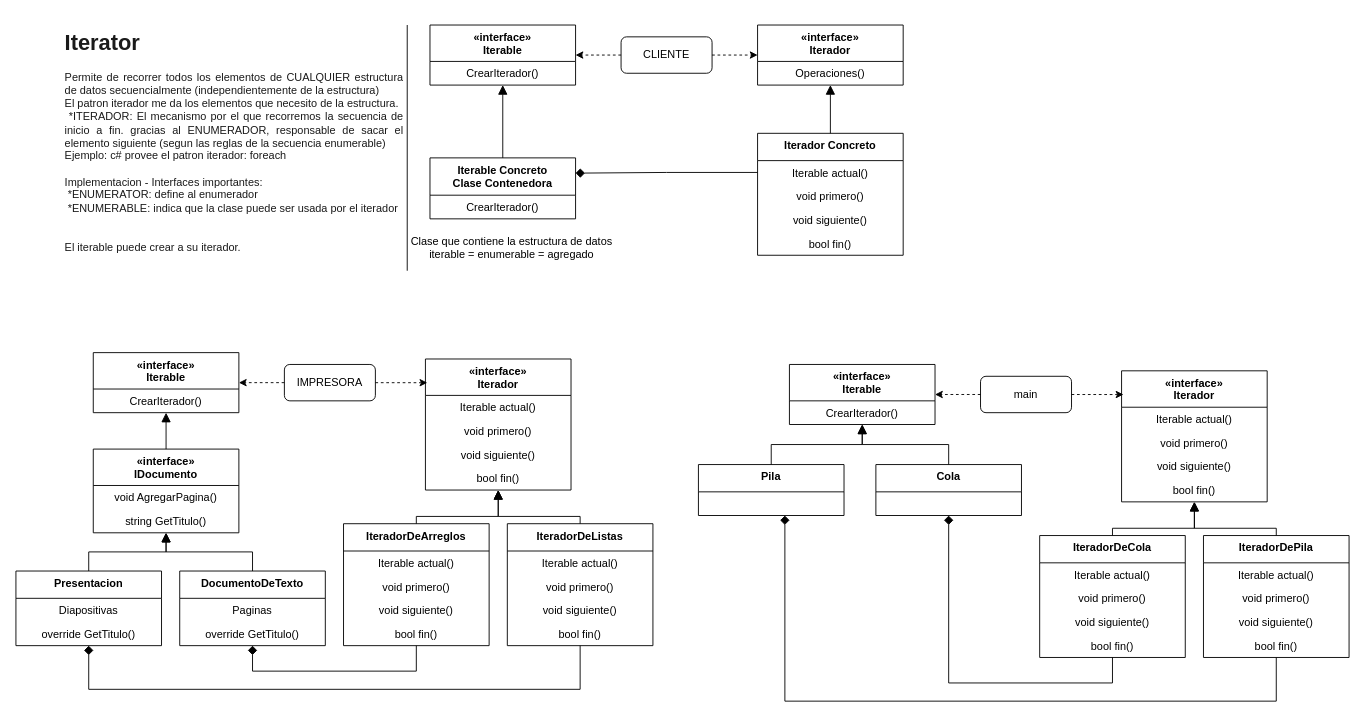
veroyols/I3007_patrones_de_disenio keeps this draw.io diagram as page "2 ITERATOR" (2 of 5) of Patrones de Disenio.drawio. Above is the earlier version. Source tidied: cells renumbered, new cells numbered last; positions are measured from the earlier drawing's top-left corner, leaving out a move shared by most shapes. Both pictures are drawn from the tidied source at 91%, with x=0, y=0 at pixel (15, 25).
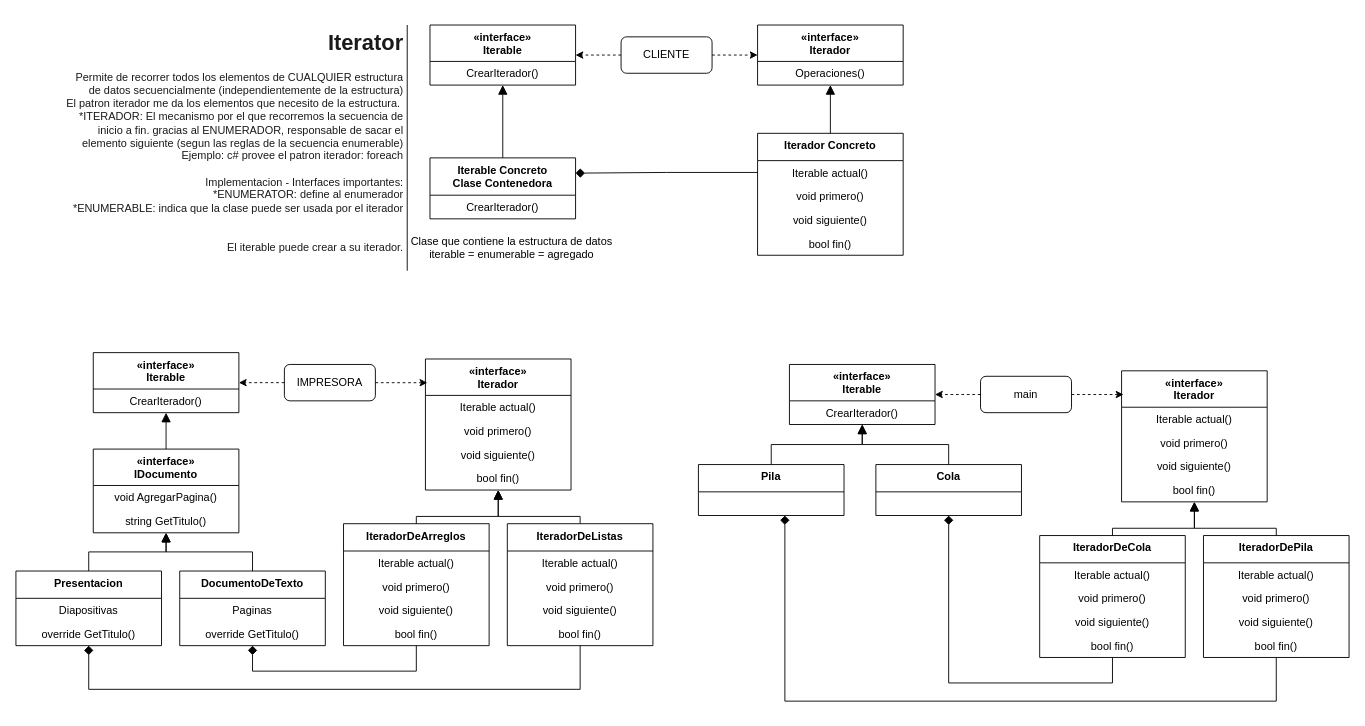
The same page after the edit.

The edit, as a diff of the source:
```diff
@@
-    <mxCell id="6" value="&lt;h1 style=&quot;text-align: justify&quot;&gt;&lt;font color=&quot;#1a1a1a&quot;&gt;Iterator&lt;/font&gt;&lt;/h1&gt;&lt;p&gt;&lt;/p&gt;&lt;div style=&quot;text-align: justify&quot;&gt;&lt;span style=&quot;color: rgb(26 , 26 , 26)&quot;&gt;Permite de recorrer todos los elementos de CUALQUIER estructura de datos secuencialmente (independientemente de la estructura)&lt;/span&gt;&lt;/div&gt;&lt;font color=&quot;#1a1a1a&quot;&gt;&lt;div style=&quot;text-align: justify&quot;&gt;&lt;span&gt;El patron iterador me da los elementos que necesito de la estructura.&amp;nbsp;&lt;/span&gt;&lt;/div&gt;&lt;div style=&quot;text-align: justify&quot;&gt;&lt;span&gt;&amp;nbsp;*ITERADOR: El mecanismo por el que recorremos la secuencia de inicio a fin. gracias al&amp;nbsp;&lt;/span&gt;&lt;span&gt;ENUMERADOR, responsable de sacar el elemento siguiente (segun las reglas de la secuencia enumerable)&lt;/span&gt;&lt;/div&gt;&lt;div style=&quot;text-align: justify&quot;&gt;&lt;span&gt;Ejemplo: c# provee el patron iterador: foreach&lt;/span&gt;&lt;/div&gt;&lt;div style=&quot;text-align: justify&quot;&gt;&lt;span&gt;&lt;br&gt;&lt;/span&gt;&lt;/div&gt;&lt;div style=&quot;text-align: justify&quot;&gt;&lt;span&gt;Implementacion - Interfaces importantes:&lt;/span&gt;&lt;/div&gt;&lt;div style=&quot;text-align: justify&quot;&gt;&lt;span&gt;&amp;nbsp;*ENUMERATOR: define al enumerador&lt;/span&gt;&lt;/div&gt;&lt;div style=&quot;text-align: justify&quot;&gt;&lt;span&gt;&amp;nbsp;*ENUMERABLE: indica que la clase puede ser usada por el iterador&lt;/span&gt;&lt;/div&gt;&lt;div style=&quot;text-align: justify&quot;&gt;&lt;span&gt;&lt;br&gt;&lt;/span&gt;&lt;/div&gt;&lt;div style=&quot;text-align: justify&quot;&gt;&lt;span&gt;&lt;br&gt;&lt;/span&gt;&lt;/div&gt;&lt;div style=&quot;text-align: justify&quot;&gt;&lt;span&gt;El iterable puede crear a su iterador.&lt;/span&gt;&lt;/div&gt;&lt;/font&gt;&lt;p&gt;&lt;/p&gt;" style="text;html=1;strokeColor=none;fillColor=none;spacing=5;spacingTop=-20;whiteSpace=wrap;overflow=hidden;rounded=0;align=center;" parent="1" vertex="1">
+    <mxCell id="6" value="&lt;h1 style=&quot;text-align: right&quot;&gt;&lt;font color=&quot;#1a1a1a&quot;&gt;Iterator&lt;/font&gt;&lt;/h1&gt;&lt;p&gt;&lt;/p&gt;&lt;div style=&quot;text-align: right&quot;&gt;&lt;span style=&quot;color: rgb(26 , 26 , 26)&quot;&gt;Permite de recorrer todos los elementos de CUALQUIER estructura de datos secuencialmente (independientemente de la estructura)&lt;/span&gt;&lt;/div&gt;&lt;font color=&quot;#1a1a1a&quot;&gt;&lt;div style=&quot;text-align: right&quot;&gt;&lt;span&gt;El patron iterador me da los elementos que necesito de la estructura.&amp;nbsp;&lt;/span&gt;&lt;/div&gt;&lt;div style=&quot;text-align: right&quot;&gt;&lt;span&gt;&amp;nbsp;*ITERADOR: El mecanismo por el que recorremos la secuencia de inicio a fin. gracias al&amp;nbsp;&lt;/span&gt;&lt;span&gt;ENUMERADOR, responsable de sacar el elemento siguiente (segun las reglas de la secuencia enumerable)&lt;/span&gt;&lt;/div&gt;&lt;div style=&quot;text-align: right&quot;&gt;&lt;span&gt;Ejemplo: c# provee el patron iterador: foreach&lt;/span&gt;&lt;/div&gt;&lt;div style=&quot;text-align: right&quot;&gt;&lt;span&gt;&lt;br&gt;&lt;/span&gt;&lt;/div&gt;&lt;div style=&quot;text-align: right&quot;&gt;&lt;span&gt;Implementacion - Interfaces importantes:&lt;/span&gt;&lt;/div&gt;&lt;div style=&quot;text-align: right&quot;&gt;&lt;span&gt;&amp;nbsp;*ENUMERATOR: define al enumerador&lt;/span&gt;&lt;/div&gt;&lt;div style=&quot;text-align: right&quot;&gt;&lt;span&gt;&amp;nbsp;*ENUMERABLE: indica que la clase puede ser usada por el iterador&lt;/span&gt;&lt;/div&gt;&lt;div style=&quot;text-align: right&quot;&gt;&lt;span&gt;&lt;br&gt;&lt;/span&gt;&lt;/div&gt;&lt;div style=&quot;text-align: right&quot;&gt;&lt;span&gt;&lt;br&gt;&lt;/span&gt;&lt;/div&gt;&lt;div style=&quot;text-align: right&quot;&gt;&lt;span&gt;El iterable puede crear a su iterador.&lt;/span&gt;&lt;/div&gt;&lt;/font&gt;&lt;p&gt;&lt;/p&gt;" style="text;html=1;strokeColor=none;fillColor=none;spacing=5;spacingTop=-20;whiteSpace=wrap;overflow=hidden;rounded=0;align=center;" parent="1" vertex="1">
       <mxGeometry x="50" width="380" height="270" as="geometry" />
     </mxCell>
```
